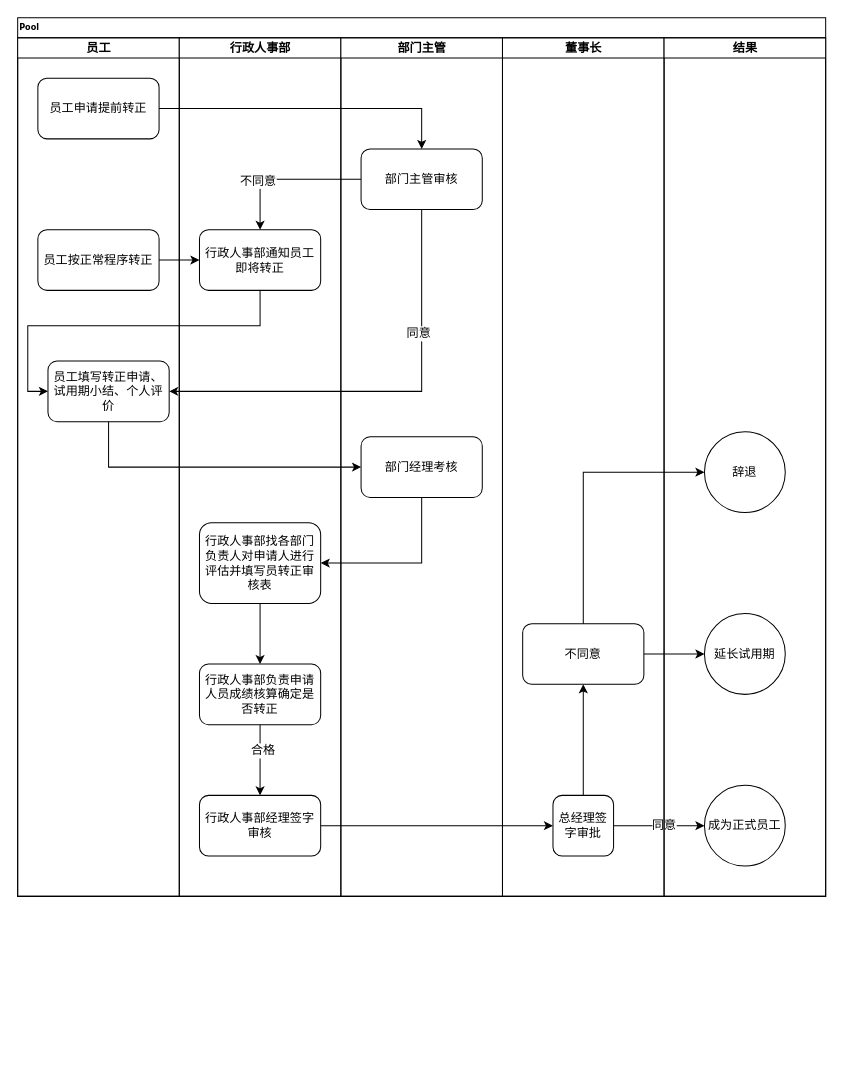
Before: 未命名表单.drawio in Cyrusvic/358pub, a draw.io diagram. Source tidied: cells renumbered, new cells numbered last; positions are measured from the earlier drawing's top-left corner, leaving out a move shared by most shapes. Both pictures are drawn from the tidied source at 101%, with x=0, y=0 at pixel (17, 17).
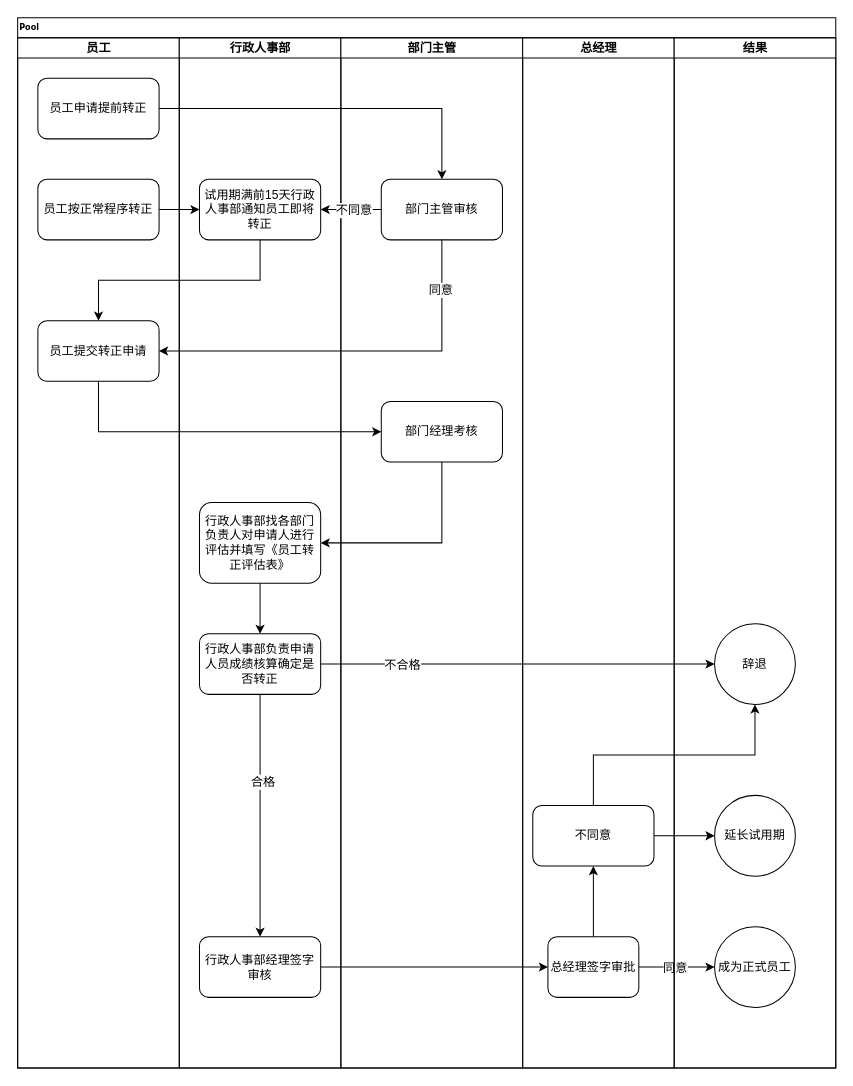
The same diagram, later.

Commit message:
358员工转正流程.drawio

Unchanged cells that the change refers to:
```xml
<mxCell id="4" value="员工申请提前转正" style="rounded=1;whiteSpace=wrap;html=1;" parent="3" vertex="1">
  <mxGeometry x="20" y="40" width="120" height="60" as="geometry" />
</mxCell>
<mxCell id="9" style="edgeStyle=orthogonalEdgeStyle;rounded=0;jettySize=auto;html=1;exitX=1;exitY=0.5;exitDx=0;exitDy=0;entryX=0;entryY=0.5;entryDx=0;entryDy=0;" parent="2" edge="1" source="25" target="38">
  <mxGeometry relative="1" as="geometry" />
</mxCell>
<mxCell id="27" style="edgeStyle=orthogonalEdgeStyle;rounded=0;jettySize=auto;html=1;exitX=0;exitY=0.5;exitDx=0;exitDy=0;" parent="2" edge="1" source="22" target="13">
  <mxGeometry relative="1" as="geometry" />
</mxCell>
<mxCell id="31" style="edgeStyle=orthogonalEdgeStyle;rounded=0;jettySize=auto;html=1;entryX=1;entryY=0.5;entryDx=0;entryDy=0;exitX=0.5;exitY=1;exitDx=0;exitDy=0;" parent="2" edge="1" source="22" target="6">
  <mxGeometry relative="1" as="geometry" />
</mxCell>
```

The edit, as a diff of the source:
```diff
@@
     <mxCell id="2" value="Pool" style="swimlane;html=1;startSize=20;rounded=0;shadow=0;labelBackgroundColor=none;strokeWidth=1;fontFamily=Verdana;fontSize=8;align=left;" parent="1" vertex="1">
-      <mxGeometry width="800" height="870" as="geometry" />
+      <mxGeometry width="810" height="1040" as="geometry" />
     </mxCell>
     <mxCell id="3" value="员工" style="swimlane;html=1;startSize=20;" parent="2" vertex="1">
-      <mxGeometry y="20" width="160" height="850" as="geometry" />
+      <mxGeometry y="20" width="160" height="1020" as="geometry" />
     </mxCell>
@@
     <mxCell id="5" value="员工按正常程序转正" style="rounded=1;whiteSpace=wrap;html=1;" parent="3" vertex="1">
-      <mxGeometry x="20" y="190" width="120" height="60" as="geometry" />
+      <mxGeometry x="20" y="140" width="120" height="60" as="geometry" />
     </mxCell>
-    <mxCell id="6" value="员工填写转正申请、试用期小结、个人评价" style="rounded=1;whiteSpace=wrap;html=1;" parent="3" vertex="1">
-      <mxGeometry x="30" y="320" width="120" height="60" as="geometry" />
+    <mxCell id="6" value="员工提交转正申请" style="rounded=1;whiteSpace=wrap;html=1;align=center;" parent="3" vertex="1">
+      <mxGeometry x="20" y="280" width="120" height="60" as="geometry" />
     </mxCell>
@@
     <mxCell id="10" value="同意" style="text;html=1;align=center;verticalAlign=middle;labelBackgroundColor=#ffffff;" parent="9" vertex="1">
       <mxGeometry x="-0.15" relative="1" as="geometry">
-        <mxPoint x="11.3" y="-0.2" as="offset" />
+        <mxPoint x="3" as="offset" />
       </mxGeometry>
     </mxCell>
@@
     <mxCell id="12" value="行政人事部" style="swimlane;html=1;startSize=20;" parent="2" vertex="1">
-      <mxGeometry x="160" y="20" width="160" height="850" as="geometry" />
+      <mxGeometry x="160" y="20" width="160" height="1020" as="geometry" />
     </mxCell>
-    <mxCell id="13" value="行政人事部通知员工即将转正" style="rounded=1;whiteSpace=wrap;html=1;" parent="12" vertex="1">
-      <mxGeometry x="20" y="190" width="120" height="60" as="geometry" />
+    <mxCell id="13" value="试用期满前15天行政人事部通知员工即将转正" style="rounded=1;whiteSpace=wrap;html=1;" parent="12" vertex="1">
+      <mxGeometry x="20" y="140" width="120" height="60" as="geometry" />
     </mxCell>
@@
-    <mxCell id="15" value="行政人事部找各部门负责人对申请人进行评估并填写员转正审核表" style="rounded=1;whiteSpace=wrap;html=1;align=center;" parent="12" vertex="1">
-      <mxGeometry x="20" y="480" width="120" height="80" as="geometry" />
+    <mxCell id="15" value="行政人事部找各部门负责人对申请人进行评估并填写《员工转正评估表》" style="rounded=1;whiteSpace=wrap;html=1;align=center;" parent="12" vertex="1">
+      <mxGeometry x="20" y="460" width="120" height="80" as="geometry" />
     </mxCell>
     <mxCell id="16" value="行政人事部经理签字审核" style="rounded=1;whiteSpace=wrap;html=1;align=center;" parent="12" vertex="1">
-      <mxGeometry x="20" y="750" width="120" height="60" as="geometry" />
+      <mxGeometry x="20" y="890" width="120" height="60" as="geometry" />
     </mxCell>
@@
     <mxCell id="19" value="&lt;span style=&quot;white-space: normal;&quot;&gt;行政人事部负责申请人员成绩核算确定是否转正&lt;/span&gt;" style="rounded=1;whiteSpace=wrap;html=1;align=center;" parent="12" vertex="1">
-      <mxGeometry x="20" y="620" width="120" height="60" as="geometry" />
+      <mxGeometry x="20" y="590" width="120" height="60" as="geometry" />
     </mxCell>
     <mxCell id="20" value="部门主管" style="swimlane;html=1;startSize=20;" parent="2" vertex="1">
-      <mxGeometry x="320" y="20" width="160" height="850" as="geometry" />
+      <mxGeometry x="320" y="20" width="180" height="1020" as="geometry" />
     </mxCell>
     <mxCell id="21" value="部门经理考核" style="rounded=1;whiteSpace=wrap;html=1;" parent="20" vertex="1">
-      <mxGeometry x="20" y="395" width="120" height="60" as="geometry" />
+      <mxGeometry x="40" y="360" width="120" height="60" as="geometry" />
     </mxCell>
     <mxCell id="22" value="&lt;span style=&quot;white-space: normal;&quot;&gt;部门主管审核&lt;/span&gt;" style="rounded=1;whiteSpace=wrap;html=1;align=center;" parent="20" vertex="1">
-      <mxGeometry x="20" y="110" width="120" height="60" as="geometry" />
+      <mxGeometry x="40" y="140" width="120" height="60" as="geometry" />
     </mxCell>
-    <mxCell id="23" value="董事长" style="swimlane;html=1;startSize=20;" parent="2" vertex="1">
-      <mxGeometry x="480" y="20" width="160" height="850" as="geometry" />
+    <mxCell id="23" value="总经理" style="swimlane;html=1;startSize=20;" parent="2" vertex="1">
+      <mxGeometry x="500" y="20" width="150" height="1020" as="geometry" />
     </mxCell>
@@
     <mxCell id="25" value="总经理签字审批" style="rounded=1;whiteSpace=wrap;html=1;align=center;" parent="23" vertex="1">
-      <mxGeometry x="50" y="750" width="60" height="60" as="geometry" />
+      <mxGeometry x="25" y="890" width="90" height="60" as="geometry" />
     </mxCell>
     <mxCell id="26" value="不同意" style="rounded=1;whiteSpace=wrap;html=1;align=center;" parent="23" vertex="1">
-      <mxGeometry x="20" y="580" width="120" height="60" as="geometry" />
+      <mxGeometry x="10" y="760" width="120" height="60" as="geometry" />
     </mxCell>
@@
     <mxCell id="28" value="不同意" style="text;html=1;align=center;verticalAlign=middle;labelBackgroundColor=#ffffff;" parent="27" vertex="1">
       <mxGeometry x="-0.7" y="-10" relative="1" as="geometry">
-        <mxPoint x="-80" y="11" as="offset" />
+        <mxPoint x="-19" y="10" as="offset" />
       </mxGeometry>
     </mxCell>
@@
-    <mxCell id="30" style="edgeStyle=orthogonalEdgeStyle;rounded=0;jettySize=auto;html=1;entryX=0;entryY=0.5;entryDx=0;entryDy=0;exitX=0.5;exitY=1;exitDx=0;exitDy=0;" parent="2" edge="1" source="13" target="6">
+    <mxCell id="30" style="edgeStyle=orthogonalEdgeStyle;rounded=0;jettySize=auto;html=1;entryX=0.5;entryY=0;entryDx=0;entryDy=0;exitX=0.5;exitY=1;exitDx=0;exitDy=0;" parent="2" edge="1" source="13" target="6">
       <mxGeometry relative="1" as="geometry" />
     </mxCell>
@@
     <mxCell id="32" value="同意" style="text;html=1;align=center;verticalAlign=middle;labelBackgroundColor=#ffffff;" parent="31" vertex="1">
       <mxGeometry x="-0.34" y="-1" relative="1" as="geometry">
-        <mxPoint x="-3" y="-20" as="offset" />
+        <mxPoint x="17.2" y="-59.5" as="offset" />
       </mxGeometry>
     </mxCell>
@@
-    <mxCell id="34" style="edgeStyle=orthogonalEdgeStyle;rounded=0;jettySize=auto;html=1;exitX=0.5;exitY=0;exitDx=0;exitDy=0;entryX=0;entryY=0.5;entryDx=0;entryDy=0;" parent="2" edge="1" source="26" target="36">
+    <mxCell id="34" style="edgeStyle=orthogonalEdgeStyle;rounded=0;jettySize=auto;html=1;exitX=0.5;exitY=0;exitDx=0;exitDy=0;entryX=0.5;entryY=1;entryDx=0;entryDy=0;" parent="2" edge="1" source="26" target="36">
       <mxGeometry relative="1" as="geometry" />
     </mxCell>
+    <mxCell id="39" style="edgeStyle=orthogonalEdgeStyle;rounded=0;jettySize=auto;html=1;exitX=1;exitY=0.5;exitDx=0;exitDy=0;entryX=0.5;entryY=0;entryDx=0;entryDy=0;" parent="2" edge="1" source="4" target="22">
+      <mxGeometry relative="1" as="geometry" />
+    </mxCell>
+    <mxCell id="40" style="edgeStyle=orthogonalEdgeStyle;rounded=0;jettySize=auto;html=1;exitX=1;exitY=0.5;exitDx=0;exitDy=0;entryX=0;entryY=0.5;entryDx=0;entryDy=0;" parent="2" edge="1" source="19" target="36">
+      <mxGeometry relative="1" as="geometry">
+        <Array as="points">
+          <mxPoint x="690" y="640" />
+        </Array>
+      </mxGeometry>
+    </mxCell>
+    <mxCell id="41" value="不合格" style="text;html=1;align=center;verticalAlign=middle;labelBackgroundColor=#ffffff;" parent="40" vertex="1">
+      <mxGeometry x="-0.8" y="-1" relative="1" as="geometry">
+        <mxPoint x="41.6" y="-0.9" as="offset" />
+      </mxGeometry>
+    </mxCell>
     <mxCell id="35" value="结果" style="swimlane;html=1;startSize=20;" parent="2" vertex="1">
-      <mxGeometry x="640" y="20" width="160" height="850" as="geometry" />
+      <mxGeometry x="650" y="20" width="160" height="1020" as="geometry" />
     </mxCell>
     <mxCell id="36" value="辞退" style="ellipse;whiteSpace=wrap;html=1;align=center;" parent="35" vertex="1">
-      <mxGeometry x="40" y="390" width="80" height="80" as="geometry" />
+      <mxGeometry x="40" y="580" width="80" height="80" as="geometry" />
     </mxCell>
     <mxCell id="37" value="延长试用期" style="ellipse;whiteSpace=wrap;html=1;align=center;" parent="35" vertex="1">
-      <mxGeometry x="40" y="570" width="80" height="80" as="geometry" />
+      <mxGeometry x="40" y="750" width="80" height="80" as="geometry" />
     </mxCell>
     <mxCell id="38" value="成为正式员工" style="ellipse;whiteSpace=wrap;html=1;align=center;" parent="35" vertex="1">
-      <mxGeometry x="40" y="740" width="80" height="80" as="geometry" />
+      <mxGeometry x="40" y="880" width="80" height="80" as="geometry" />
     </mxCell>
-    <mxCell id="39" style="edgeStyle=orthogonalEdgeStyle;rounded=0;jettySize=auto;html=1;exitX=1;exitY=0.5;exitDx=0;exitDy=0;entryX=0.5;entryY=0;entryDx=0;entryDy=0;" parent="2" edge="1" source="4" target="22">
-      <mxGeometry relative="1" as="geometry" />
-    </mxCell>
```
